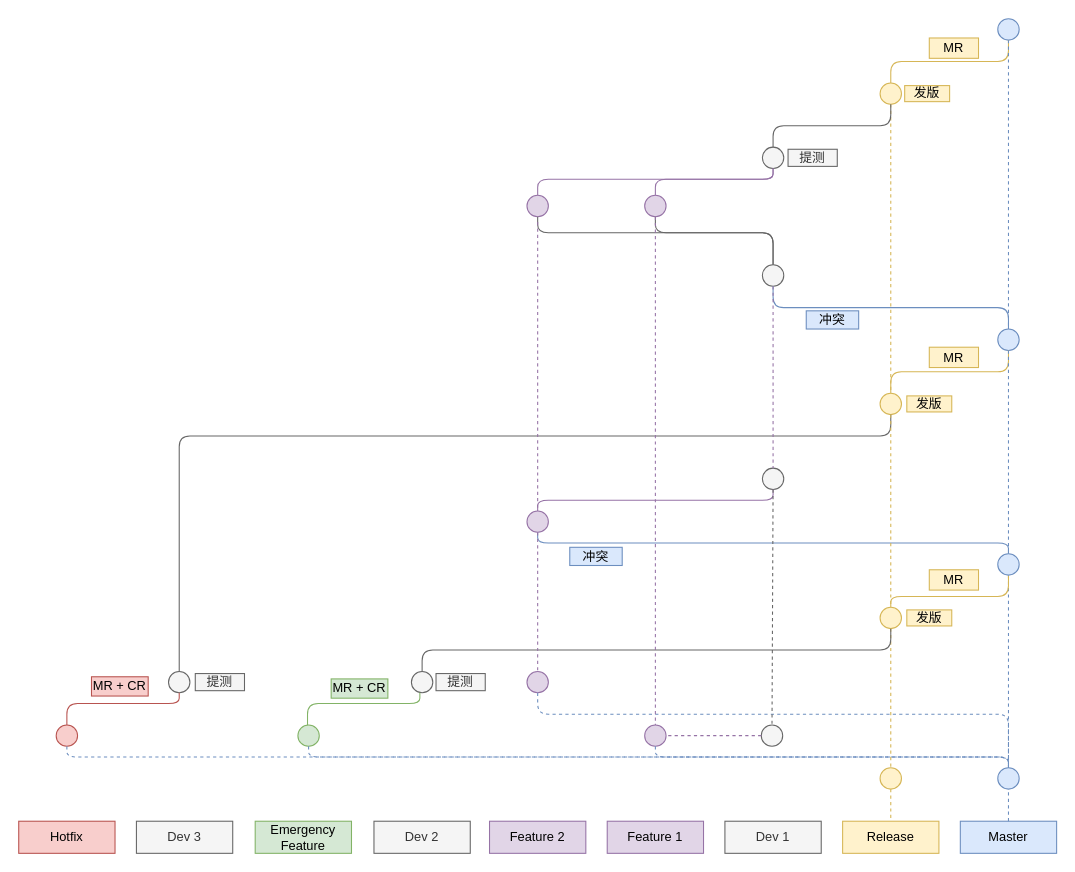
likaistevens/diagrams keeps this draw.io diagram as 考研前端git工作流.drawio. Above is the earlier version. Source tidied: cells renumbered, new cells numbered last; positions are measured from the earlier drawing's top-left corner, leaving out a move shared by most shapes. Both pictures are drawn from the tidied source at 107%, with x=0, y=0 at pixel (18, 18).
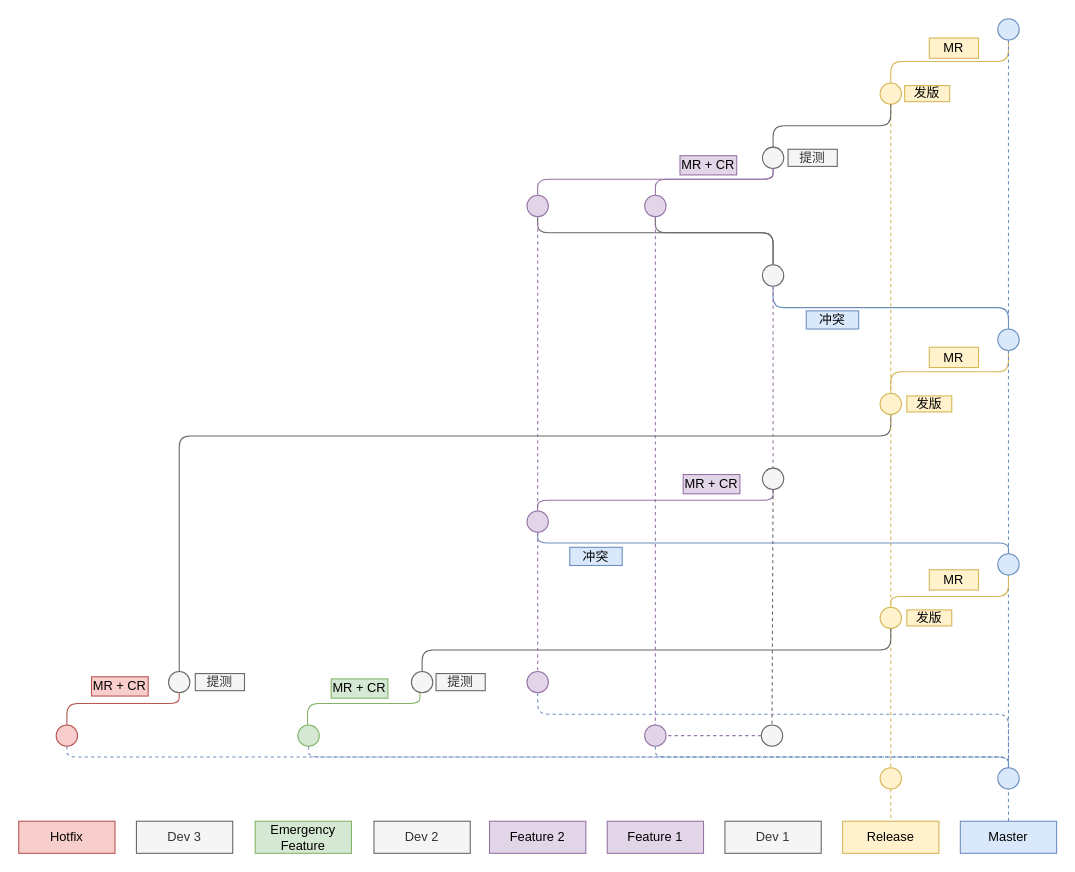
The same diagram, later.

Commit message:
更新考研前端git工作流.drawio

Change to the diagram source:
```diff
@@
+    <mxCell id="78" value="MR + CR" style="text;html=1;strokeColor=#9673a6;fillColor=#e1d5e7;align=center;verticalAlign=middle;whiteSpace=wrap;rounded=0;" parent="1" vertex="1">
+      <mxGeometry x="618" y="128" width="53" height="18" as="geometry" />
+    </mxCell>
+    <mxCell id="79" value="MR + CR" style="text;html=1;strokeColor=#9673a6;fillColor=#e1d5e7;align=center;verticalAlign=middle;whiteSpace=wrap;rounded=0;" parent="1" vertex="1">
+      <mxGeometry x="621" y="426" width="53" height="18" as="geometry" />
+    </mxCell>
```
